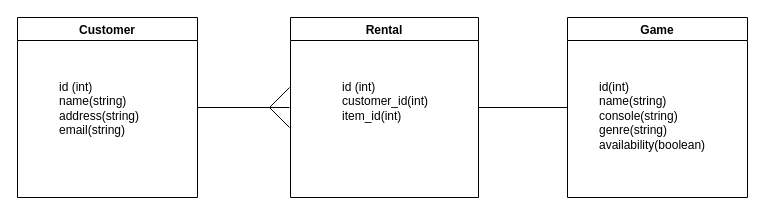
Above: PDA Diagrams/Class Diagram.drawio in craiggough376/Rental-Shop-Ruby-Project (draw.io), before the change. Source tidied: cells renumbered, new cells numbered last; positions are measured from the earlier drawing's top-left corner, leaving out a move shared by most shapes. Both pictures are drawn from the tidied source at 100%, with x=0, y=0 at pixel (17, 17).
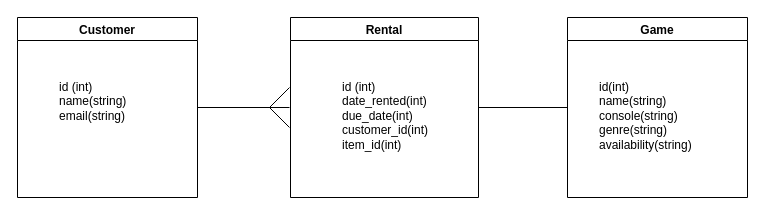
The same page after the edit.

What changed in the source:
```diff
@@
 <mxGraphModel>
   <root>
     <mxCell id="0" />
     <mxCell id="1" parent="0" />
     <mxCell id="2" value="Customer" style="swimlane;startSize=23;" parent="1" vertex="1">
       <mxGeometry width="180" height="180" as="geometry" />
     </mxCell>
-    <mxCell id="3" value="&lt;div&gt;id (int)&lt;/div&gt;&lt;div&gt;name(string)&lt;/div&gt;&lt;div&gt;address(string)&lt;/div&gt;&lt;div&gt;email(string)&lt;/div&gt;" style="text;html=1;align=left;verticalAlign=top;spacingTop=-4;" parent="2" vertex="1">
-      <mxGeometry x="40" y="60" width="100" height="60" as="geometry" />
+    <mxCell id="3" value="&lt;div&gt;id (int)&lt;/div&gt;&lt;div&gt;name(string)&lt;/div&gt;&lt;div&gt;email(string)&lt;/div&gt;" style="text;html=1;align=left;verticalAlign=top;spacingTop=-4;" parent="2" vertex="1">
+      <mxGeometry x="40" y="60" width="80" height="40" as="geometry" />
     </mxCell>
     <mxCell id="4" value="Game" style="swimlane;startSize=23;" parent="1" vertex="1">
       <mxGeometry x="550" width="180" height="180" as="geometry" />
     </mxCell>
-    <mxCell id="5" value="&lt;span&gt;id(int)&lt;/span&gt;&lt;br&gt;&lt;span&gt;name(string)&lt;/span&gt;&lt;br&gt;&lt;span&gt;console(string)&lt;/span&gt;&lt;br&gt;&lt;span&gt;genre(string)&lt;/span&gt;&lt;br&gt;&lt;span&gt;availability(boolean)&lt;/span&gt;" style="text;html=1;align=left;verticalAlign=top;spacingTop=-4;" parent="4" vertex="1">
-      <mxGeometry x="30" y="60" width="120" height="70" as="geometry" />
+    <mxCell id="5" value="&lt;span&gt;id(int)&lt;/span&gt;&lt;br&gt;&lt;span&gt;name(string)&lt;/span&gt;&lt;br&gt;&lt;span&gt;console(string)&lt;/span&gt;&lt;br&gt;&lt;span&gt;genre(string)&lt;/span&gt;&lt;br&gt;&lt;span&gt;availability(string)&lt;/span&gt;" style="text;html=1;align=left;verticalAlign=top;spacingTop=-4;" parent="4" vertex="1">
+      <mxGeometry x="30" y="60" width="110" height="70" as="geometry" />
     </mxCell>
     <mxCell id="6" value="Rental" style="swimlane;" parent="1" vertex="1">
       <mxGeometry x="273" width="188" height="180" as="geometry" />
     </mxCell>
-    <mxCell id="7" value="&lt;span&gt;id (int)&lt;/span&gt;&lt;br&gt;&lt;span&gt;customer_id(int)&lt;/span&gt;&lt;br&gt;&lt;span&gt;item_id(int)&lt;/span&gt;" style="text;html=1;align=left;verticalAlign=top;spacingTop=-4;" parent="1" vertex="1">
-      <mxGeometry x="322.5" y="60" width="100" height="40" as="geometry" />
+    <mxCell id="7" value="&lt;span&gt;id (int)&lt;br&gt;date_rented(int)&lt;br&gt;&lt;/span&gt;due_date(int)&lt;br&gt;&lt;span&gt;customer_id(int)&lt;/span&gt;&lt;br&gt;&lt;span&gt;item_id(int)&lt;/span&gt;" style="text;html=1;align=left;verticalAlign=top;spacingTop=-4;" parent="1" vertex="1">
+      <mxGeometry x="322.5" y="60" width="100" height="70" as="geometry" />
     </mxCell>
     <mxCell id="8" style="endArrow=none;html=1;exitX=1;exitY=0.5;exitDx=0;exitDy=0;" parent="1" edge="1" source="2">
       <mxGeometry relative="1" as="geometry">
         <mxPoint x="272" y="90" as="targetPoint" />
       </mxGeometry>
     </mxCell>
     <mxCell id="9" style="endArrow=none;html=1;entryX=0;entryY=0.5;entryDx=0;entryDy=0;exitX=1;exitY=0.5;exitDx=0;exitDy=0;" parent="1" edge="1" source="6" target="4">
       <mxGeometry relative="1" as="geometry" />
     </mxCell>
     <mxCell id="10" style="endArrow=none;html=1;" parent="1" edge="1">
       <mxGeometry relative="1" as="geometry">
         <mxPoint x="252" y="90" as="sourcePoint" />
         <mxPoint x="272" y="110" as="targetPoint" />
       </mxGeometry>
     </mxCell>
     <mxCell id="11" style="endArrow=none;html=1;" parent="1" edge="1">
       <mxGeometry relative="1" as="geometry">
         <mxPoint x="272" y="70" as="sourcePoint" />
         <mxPoint x="252" y="90" as="targetPoint" />
       </mxGeometry>
     </mxCell>
   </root>
 </mxGraphModel>
```
